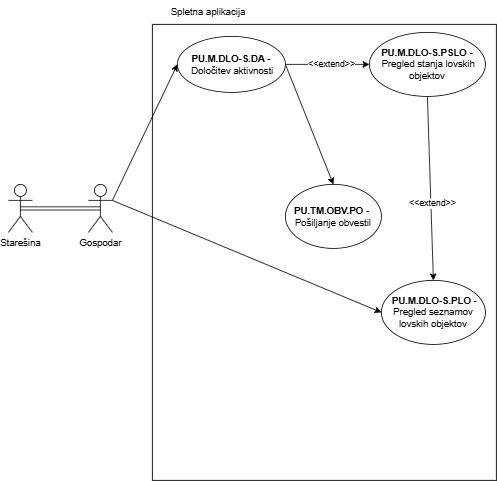
The draw.io diagram Delo z lovskimi objekti-Spletna aplikacija.drawio.png in ErnestISv/Lovstvo, before a commit. Source tidied: cells renumbered, new cells last; positions are measured from the earlier drawing's top-left corner, leaving out a move shared by most shapes.
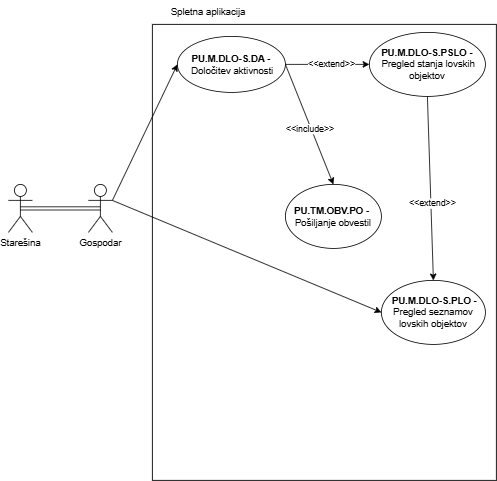
Later version of the same file.

What changed in the source:
```diff
@@ -50,5 +50,8 @@
     <mxCell id="17" style="endArrow=classic;html=1;rounded=0;exitX=1;exitY=0.5;exitDx=0;exitDy=0;entryX=0.5;entryY=0;entryDx=0;entryDy=0;" parent="1" edge="1" source="6" target="16">
       <mxGeometry relative="1" as="geometry" />
     </mxCell>
+    <mxCell id="18" value="&amp;lt;&amp;lt;include&amp;gt;&amp;gt;" style="edgeLabel;html=1;align=center;verticalAlign=middle;" parent="17" vertex="1">
+      <mxGeometry x="0.07" y="-2" relative="1" as="geometry" />
+    </mxCell>
   </root>
 </mxGraphModel>
```
